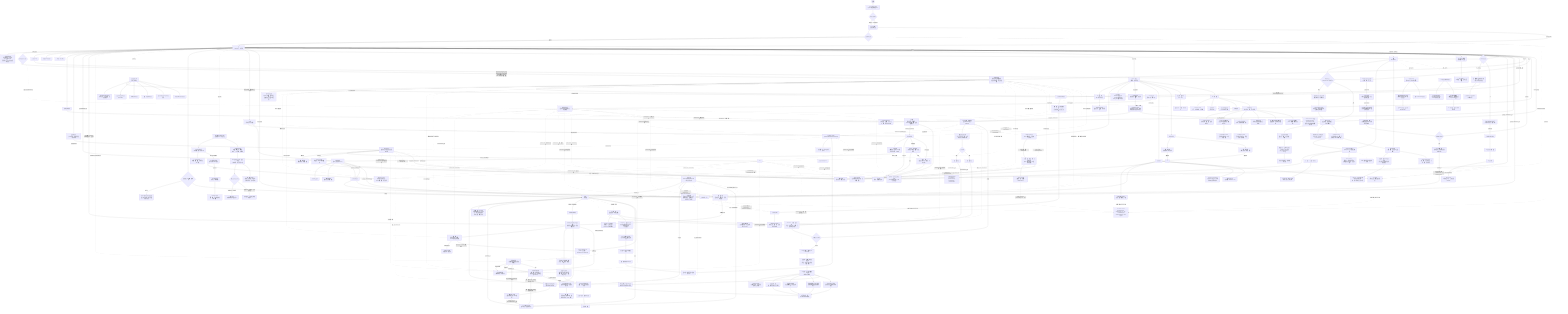
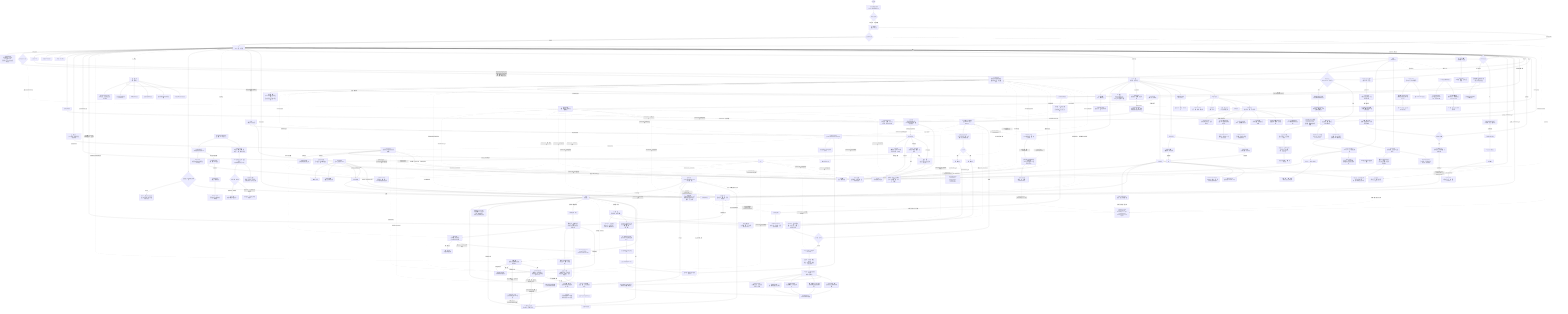
flowchart TD
    %% Visual source of truth: docs/design/WeatherON_UI_Design_Spec.md
    %% If this flowchart conflicts with mockups or the integrated design spec, follow the mockup/spec.
    A([앱 실행]) --> LANG["기기 언어 자동 적용<br/>ko/ja/en 지원 · 미지원 시 en"]
    LANG --> B{최초 실행 여부}
    B -->|최초 실행| SPLASH["A1 스플래시<br/>브랜드 1회 노출"]
    SPLASH --> TOKEN{유효 계정 토큰?}
    TOKEN -->|없음| D["홈<br/>(Guest 모드 · 하단 탭)"]
    TOKEN -->|있음| D
    TOKEN -.->|계정·권한·구독 복원| SESSION["SESSION STATE<br/>accountLinked · permissionReady · locationReady · premiumActive"]
    TOKEN -.->|설정 복원| SETTINGS["SETTINGS STATE<br/>styleProfileSaved · selectedStyles · fit · age · locationManaged<br/>smartCareEnabled · alert toggles"]
    SPLASH -->|프리뷰 홈 이동| D
    D --> NAV3["현재 런치 표면<br/>하단 탭 H1 홈 · C1 코디 · G1 출발 · M1 MY<br/>확장 라우트는 구현 보존 · 런치 숨김"]
    D --> AUTHGATE{계정 필요 기능 탭?}
    AUTHGATE -->|계정 연결·코디 저장·옷장 저장·장소 저장·알림 추가·여행 저장·프리미엄·Weather Note 작성·날씨 제보 저장| AUTH2["A2 계정 연결<br/>계정 환경 기반 자동추천<br/>국가 선택 미노출 · 다른 방법 보기"]
    AUTH2 --> AUTH2s["계정 연결 상태<br/>(Route State에 호출 액션 유지<br/>검증용 정보는 실제 UI 비노출)"]
    AUTH2 -->|로그인 수단 선택| AUTH3["A3 약관 동의<br/>(필수 3종 + 선택 1종)"]
    AUTH2 -->|나중에| D
    AUTH3 -->|동의하고 계속| AUTH3s["계정 설정 완료<br/>(필수 약관 완료 · 원래 기능 복귀 예정)"]
    AUTH3 -->|일반 계정 연결 완료| D
    AUTH3s -.->|accountLinked 유지| SESSION
    AUTH3s -.->|실제 구현 원래 액션 복귀| AUTHGATE
    AUTH3s -.->|pendingAction=프리미엄 진입| SUB
    AUTH3s -.->|returnTo=P1 · resumeSave| P1s
    D -->|선택 온보딩| C[온보딩 시작]
    C --> CSTART["O1 선택 온보딩 스플래시<br/>(온보딩 시작 / 홈으로)"]
    CSTART -->|온보딩 시작| C0["온보딩 소개<br/>(4대 기능 한눈 비교 + 기능별 상세 안내)"]
    CSTART -->|홈으로| D
    C0 -->|알림 기준 보기| C4
    C2["O3 권한 복구<br/>(설정 진입 시 필요한 권한만 재요청)"]
    C2 -->|허용 또는 나중에 설정| C2s
    C2 -->|위치 거부| C1d["위치 거부 상태<br/>검색 위치·앱 내 안내 유지"]
    C2 -->|알림 거부| C2d["알림 거부 상태<br/>푸시 제한 · M2/M3에서 재요청"]
    C2s -.->|locationReady · permissionReady 유지| SESSION
    C2s -.->|기능별 권한 복구 완료| AUTH3s
    C3["스타일 태그·코디 핏·추천 연령대 선택<br/>(MVP 온보딩 제외 · MY 설정 진입 전용)"]
    C3 --> C3s["추천 기준 상태<br/>(태그 수 · 핏 · 연령대 · READY/WAIT)"]
    C3s -.->|styleProfileSaved · selectedStyles · fit · age| SETTINGS
    C4["O5 스마트 알림 기준 설정<br/>(주 사용 상황 1개 선택 + 자동 적용 요약)"]
    C4 --> C4s["알아서 챙기기 상태<br/>(상황 · 필수 날씨 ON · 목적지 확장 예정)"]
    C4s --> C5{목적지 등록 선택}
    C5 -->|건너뛰기| D
    C5 -->|등록| C6["O6 목적지 등록<br/>(선택 설정 + 목적지 알림 기준 세분화)"]
    C6 -->|목적지 등록| I
    B -->|기존 사용자| SPLASH

    D --> D1[현재 날씨 정보 표시]
    D --> D2["시간별 / 주간 예보"]
    D --> D3[위치 검색 · 변경]
    D3 --> D3s["LOCATION STATE<br/>선택 위치 · 검색어 · Guest 임시 검색 · 계정 저장 상태"]
    D3s -.->|새 위치 저장| AUTH2
    AUTH3s -.->|returnTo=H2 · 위치 저장 완료| D3s
    D3s --> D
    D --> D0s["홈 상태 요약<br/>(Guest 열람 · 위치 정상 · 알림 설정 전)"]
    D0s -->|알림 설정 전 탭| C2
    D -->|홈 코디 추천 카드 탭| E1
    D -->|홈 목적지 quick-action<br/>목적지 있음 G2 · 없음 P1| P1
    D -.->|목적지 허브 확장 · 런치 숨김| P3
    D -.->|벨 아이콘| K["알림 사이드바<br/>(우측 슬라이드)"]
    K --> Ks["NOTIFICATION STATE<br/>선택 알림 · 읽음/미읽음 · 딥링크 대상"]
    K -->|우산 추천 알림 탭| F

    D --> D4{강수 확률 높음?}
    D4 -->|예 + 미확인| D5["홈 화면에 우산 추천 카드 표시<br/>(실시간 의사결정 카드)"]
    D5 --> D5a["우산 추천 푸시/알림 이력<br/>(H3에 보관)"]
    D5 -->|카드 탭 · umbrellaSignalReviewed| F[우산 추천 상세 화면]
    F --> F1["추천 이유 · 시간대별 강수확률<br/>(강수량 · 지속시간 · 풍속 기준)"]
    F1 --> F2[우산 종류 비교]
    F2 --> Fs["UMBRELLA STATE<br/>추천 우산 · 강수 시간 · 알림 설정 전/준비"]
    F2 -.->|알림 설정 바로가기<br/>returnTo=H4 · alertFocus=umbrella| M2b
    M2b -.->|뒤로 · 알림 준비 반영| F2
    F -.->|열람 후 홈 복귀| D5b["홈 우산 카드는 숨김<br/>H3 알림 이력은 유지"]
    D5b --> D
    D4 -->|아니오| D

    D4 -->|예| D4a["강수 임박 필수 알림 발송<br/>(시작 시각 · 강도 · 그칠 시각)"]
    D4a -->|푸시알림 탭| D4b[강수 타임라인 화면]
    D4b --> D4c["30분 단위 강수량 차트"]
    D4c --> D4d[외출 가이드]
    D4d --> D4s["RAIN STATE<br/>시작/종료 시각 · 그침 알림 ON/OFF"]
    D4d -.->|알림 설정 바로가기<br/>returnTo=H5 · alertFocus=rain| M2c
    M2c -.->|뒤로 · 그침 알림 준비 반영| D4d

    D --> D6{알림 발송 시 목적지 등록 여부}
    D6 -->|미등록| D6a["Mode A: 생활 루틴 통합 알림<br/>(출근/외출 준비 + 자기 전 체크 자동 발송)"]
    D6 -->|등록함| I

    K --> K1["오늘의 외출 준비 알림<br/>(Mode A/B)"]
    K --> K2[비 예보 사전 알림]
    K --> K3["출발 · 신발 추천 알림"]
    K --> K4["자기 전 내일 날씨·코디 확인 알림"]
    K --> K5["폭염·한파·강풍 특보 알림"]

    D -.->|제보 버튼| CWR["커뮤니티 날씨 제보 CWR<br/>(홈 화면 · v2.0 · 독립 기능)"]
    CWR --> W1["W1 날씨 제보 홈<br/>(주변 제보 카드 · 보조 CTA)"]
    W1 --> W1s["CWR STATE<br/>미확정 주변 제보 · 상세 확인 · W2 진입"]
    W1 -->|지금 날씨 제보하기| W2["W2 탭 제보 화면<br/>(날씨 선택 · GPS 자동)"]
    W2 --> W2s["REPORT STATE<br/>선택 대기 · 위치 권한 · Guest/계정 제보 · 완료 처리"]
    W2s -.->|위치 권한 필요 · pendingAction=날씨 제보 저장| C2
    W2s -.->|배지/이력 저장| AUTH2
    C2s -.->|returnTo=W2 · GPS 제보 준비| W2s
    AUTH3s -.->|returnTo=W2 · 배지/이력 반영| W2s
    W2 -->|제보하기| W3["W3 제보 완료<br/>(신뢰도 · 배지 갱신)"]
    W3 --> W3s["BADGE STATE<br/>확정 제보 · 홈 오버레이 · 기여 레벨"]
    M --> W4["W4 제보 이력<br/>(MY · 반영 리포트)"]
    W4 --> W4s["HISTORY STATE<br/>제보 기록 · 확정률 · 지역 랭킹"]
    CWR --> CWR1["현재 날씨 선택<br/>☀ 맑음 · ⛅ 흐림 · 🌧 비 · 🌨 눈 · 💨 강풍 · 🌩 천둥번개"]
    CWR1 --> CWR2["GPS 위치 자동 감지 → 제보 완료<br/>(3초 이내 · 자동 만료 60분)"]
    CWR2 --> CWR3{신뢰도 검증 알고리즘}
    CWR3 -->|반경 500m · 3건 미만| CWR4["소프트 표시<br/>'주변 N명이 날씨 제보 중 👀'"]
    CWR3 -->|반경 500m · 3건 이상 + 기상청 정합| CWR5["확정 제보 → 홈 화면 오버레이 표시"]
    CWR2 --> CWR6["기여 배지 업데이트<br/>(새싹 → 관측자 → 리포터 → 동네 관측왕 → 날씨 도우미)"]

    D -->|하단 코디 탭 · 비공개 테스트 포함| E["코디<br/>(정식 출시 후보 포함)"]
    E -->|내 옷장 관리 탭| E0[내 옷장 관리]
    E0 --> E0s["옷장 상태<br/>(아이템 수 · 필터 · Guest/계정 저장 상태 · 옷 추가)"]
    E0s -->|추천으로 복귀| E1
    E0 -->|+ 옷 등록| E0a["옷 등록<br/>(사진 · 카테고리 필수)"]
    E0 -.->|Guest 옷 추가·수정| AUTH2
    E0a --> E0a1["등록 상태<br/>(사진 선택 · 카테고리 · Guest/계정 저장 상태 · 저장 가능/대기)"]
    E0a1 -.->|Guest 옷 저장| AUTH2
    AUTH3s -.->|returnTo=C3 · 옷 저장 완료| E0a1
    E0a1 -->|저장 완료 후 옷장 복귀| E0
    E0 -->|아이템 탭| E0b["옷 목록 · 수정 · 삭제<br/>(수정은 C3 패턴 · 삭제 후 재계산)"]
    E0b -->|수정| E0a
    E0b -->|삭제| E0c
    E0 -->|등록 옷 없음| E0c["옷장 빈 상태<br/>(첫 옷 등록 CTA + 기본 룰 추천 안내)"]
    E0c --> E0a
    E --> E1["AI 코디 추천<br/>(날씨 근거형 Style Card)"]
    E1 --> E1s["추천 기준 상태<br/>(옷장 매칭 · 스타일 기준 · 저장 계정 필요)"]
    E1s -->|기준 수정 · returnTo=C1| C3
    C3 -.->|returnTo=C1 · styleProfileSaved| E1s
    E1s -.->|저장 계정 필요| AUTH2
    AUTH3s -.->|returnTo=C1 · 코디 저장 완료| E1s
    E1 --> E1a[추천 이유 설명]
    E1 --> E1b["대화형 재추천<br/>(채팅으로 스타일 요청)"]
    E1 -->|셔플 · outfitVariant 토글| E1s
    E1s -->|홈 복귀 · outfitVariant 유지| D
    E1 -->|코디 카드·상세 보기 탭| E2[코디 상세 보기]
    E2 -->|뒤로| E1
    E2 --> E2s["상세 상태<br/>(실제 의류 Outfit Hero · 시간대 착용 판단 · 재추천 반영 · 저장 전 · 공유 준비)"]
    E2s -->|C1 복귀 · outfitVariant 전달| E1
    E2s -->|홈 복귀 · outfitVariant 유지| D
    E2s -.->|저장 계정 필요| AUTH2
    E2 --> E3[코디 저장 / 공유]
    E3 -.->|계정 미연결 시 저장 탭| AUTH2
    AUTH3s -.->|returnTo=C4 · 코디 저장 완료| E2s

    D -->|하단 출발 탭| I["출발<br/>(하단 탭)"]
    I --> I0["오늘 알아서 챙기는 중<br/>(저장 목적지 요약 + 출발/신발/우산)"]
    I --> I0e["목적지 없음 empty state<br/>목적지 추가 CTA + 출발 시간 · 비 그침 이점 카드<br/>장식은 낮은 대비로 보조"]
    I0 --> I0s["출발 상태<br/>(목적지 수 · 케어 ON 수 · 케어 적용 범위 · G2/P1 연결)"]
    I -->|목적지 카드 탭| G2["G2 목적지 알림 상세<br/>(날씨 비교 + 출발시간 역산)"]
    G2 -->|뒤로| I
    G2 --> G2s["케어 상태<br/>(GUEST/PERM/READY/ON + 다음 알림 요약)"]
    G2s -->|G1 목록으로| I
    G2s -->|알림 설정<br/>returnTo=G2 · alertFocus=destination| M2b
    G2s -.->|Guest 케어 ON · returnTo=G2| AUTH2
    G2s -.->|알림 권한 확인 · returnTo=G2| C2
    AUTH3s -.->|returnTo=G2 · destination 유지| G2s
    C2s -.->|returnTo=G2 · resumeCare| G2s
    M2b -.->|뒤로 · 목적지 컨텍스트 유지| G2s
    G2s -->|ON 저장| I4
    G2s -.->|공유 케어 상태 반영| I0
    I -->|검색창·+ 목적지 추가| I1[목적지 검색 · 추가]
    I1 --> P1["목적지 입력 · 카테고리 자동 인식<br/>(회사/학교/공항/숙소 + 장소 카테고리)"]
    P1 --> P1s["추가 상태<br/>(검색 결과 수 · 선택됨 · Guest/계정 저장 상태)"]
    P1s -->|검색 결과 없음| P1e["검색 없음 상태<br/>(전체 보기 · 재검색)"]
    P1s -.->|Guest 영구 저장| AUTH2
    P1s -->|계정 연결 후 목적지 알림에 추가| P1save["Saved Destination List<br/>(G1/P3 공통 목록 + Destination Care State ON)"]
    P1save --> I
    P1save -.-> P3
    P1 --> I2["출발지 vs 목적지 날씨 비교<br/>(기온 · 날씨 · 바람 · 강수 차이)"]
    I2 --> I3["출발시간 역산<br/>(이동수단 선택 + 도착 희망 직접 입력 − 소요시간 − 자동 여유시간)"]
    I3 --> I4["Mode B: 목적지 알림<br/>(출발 · 신발 · 우산 알림 자동 조정)"]
    I4 --> I5["출발 10분 전 신발 추천 알림"]
    I5 --> I6[출발 시각 알림]
    P1 --> P2["카테고리 전용 준비 가이드<br/>(등록 목적지 기반 확장)"]
    P2 --> P2s["준비 가이드 상태<br/>(등록 목적지 기준 · G2/P3 연결)"]
    P2s -->|목적지 알림 보기 · selectedDestination 유지| G2
    P2s -->|다른 목적지 보기 · 필터 목록 복귀| P3
    I -.->|런치 숨김 · 확장 허브| P3["목적지 필터<br/>(카테고리별 목적지 알림/준비 가이드)"]
    P3 -->|필터 결과 없음| P3e["빈 카테고리 상태<br/>(목적지 추가 · 전체 보기)"]
    P3e -->|목적지 추가| P1
    P3e -->|전체 보기| P3
    P3 -->|목적지 카드 탭| P3a["목적지 상세 상태<br/>(날씨 비교 + 준비 가이드 + 계정/권한 gate + 목적지 알림 ON/OFF)"]
    P3a -->|선택 목적지·상태 유지해 준비 가이드 보기| P2
    P3a -->|선택 목적지·상태 유지해 출발 케어 상세| G2
    P3a -.->|Guest 케어 저장| AUTH2
    P3a -.->|알림 권한 확인| C2
    AUTH3s -.->|returnTo=P3 · 선택 목적지 유지| P3a
    C2s -.->|returnTo=P3 · 권한 상태 반영| P3a
    P3a -->|뒤로| P3
    P3a -->|ON 저장| I4
    P3a -.->|공유 케어 상태 반영| I0

    I -.->|런치 숨김 · 확장| I7["G3 여행 일정<br/>(출발 탭 내 · 여행 플래너)"]
    I7 --> I7s["여행 플래너 상태<br/>(프리미엄 활성 · 공유 준비 · 미구독 시 G6)"]
    I7s -.->|미구독 CTA · returnTo=G3| SUB
    SUB -.->|returnTo=G3 · 공유/일정 액션 계속| I7s
    I7 --> I7s1["Scenario 1 · 일상 이동<br/>대중교통 + 도보 혼합 → Mode A/B 알아서 챙기기"]
    I7 --> I7s2["Scenario 2 · 당일·단기 도보<br/>코스 날씨 타임라인 + WCI + 최적 출발 시점<br/>(무료 제공)"]
    I7 --> I7s3["Scenario 3 · 장거리 국토종주<br/>서울→부산, 도쿄→오사카 등<br/>(프리미엄 전용)"]

    I7s2 --> G4C["G4 도보여행 코스 선택<br/>(한국 코스 DB : 올레길·둘레길 등)"]
    G4C --> G4T["구간별 시간대 날씨 타임라인 (F2)"]
    G4T --> G4W["도보 컨디션 지수 WCI (F3)"]
    G4W --> G4O["날씨 창 + 최적 출발 시점 추천 (F4)"]
    G4O --> G4S["COURSE STATE<br/>(GUEST/PERM/READY/LIMIT/ON)"]
    G4S -.->|Guest 코스 저장| AUTH2
    G4S -.->|알림 권한 확인| C2
    G4S -.->|무료 2개 초과| SUB
    AUTH3s -.->|returnTo=G4 · 선택 코스 유지| G4S
    C2s -.->|returnTo=G4 · 권한 상태 반영| G4S
    SUB -.->|returnTo=G4 · 프리미엄 활성| G4S
    G4S --> G4M["코스 저장 + D-7 날씨 모니터링 (F5)"]
    G4M -.-> G4R["위험 기상 경보 (F6)"]

    I7s3 --> AI_GATE{프리미엄 구독 여부}
    AI_GATE -->|미구독| SUB["G6 프리미엄 구독 페이월<br/>월간 ₩2,900 / 연간 ₩19,900"]
    SUB --> SUB1["깊이 분리 모델 안내<br/>(기능 동일 · 무료=기본 · 프리미엄=한도 확대+개인화)"]
    SUB1 --> SUB2{구독 선택}
    SUB2 -->|월간| SUB3[월간 결제 완료]
    SUB2 -->|연간| SUB4[연간 결제 완료]
    SUB3 -.->|premiumActive 유지| SESSION
    SUB4 -.->|premiumActive 유지| SESSION
    SUB3 --> I7s3
    SUB4 --> I7s3

    AI_GATE -->|구독 중| AI1["G5 국토종주 AI 플래너 (F8 · Premium)"]
    AI1 --> AI2["출발지 → 목적지 + 여행 일수 입력<br/>(서울→부산, 도쿄→오사카 등 자유 설정)"]
    AI2 --> AI3["AI 모델 — 구간별·일자별 날씨 분석<br/>(최대 14일 예보)"]
    AI3 --> AI3s["AI PLAN STATE<br/>(프리미엄 활성 · 알림 권한 · 저장/공유 상태)"]
    AI3 --> AI4["날짜별 날씨 요약<br/>기온·강수확률·체감온도·바람"]
    AI3 --> AI5["일자별 코디 추천<br/>기온 레이어링 + 우산 필요 여부"]
    AI3 --> AI6["전체 짐 체크리스트 자동 생성<br/>방수 장비·옷 조합·보조 배터리 등"]
    AI3 --> AI7["날씨 악화 구간 경보<br/>일정 조정 또는 대피 숙박지 제안"]
    AI3 --> AI8["예보 업데이트 시 재분석 알림<br/>(여정 중 기상 변화 즉시 반영)"]
    AI8 -.->|권한 전 · returnTo=G5| C2
    C2s -.->|returnTo=G5 · AI 플랜 알림/저장 계속| AI1
    AI4 & AI5 & AI6 & AI7 & AI8 --> AI9["AI 플랜 저장 · 공유<br/>(SAVED/SHARED 상태)"]

    D -->|하단 MY 탭| M["M1 MY 메인<br/>(하단 탭 · 설정 허브)"]
    D -.->|소셜 확장 · 런치 숨김| S["소셜<br/>(ON Square)"]
    M --> M0["PROFILE STATE<br/>Guest/계정 연결 · 플랜 · 최근 선택"]
    M --> MTONE["MY 상태 톤<br/>blocking=확인 · non-blocking=설정/정보<br/>Gold는 ON/활성/CTA 중심"]
    M0 -.->|Guest 계정 필요 액션| AUTH2
    M0 -->|스타일 태그 설정 · returnTo=M1| C3
    C3 -.->|returnTo=M1 · styleProfileSaved| M0
    M -->|프로필 편집| A4m["A4 계정 관리<br/>(연결 계정 · 데이터 · 위험 액션)"]
    A4m --> A4s["ACCOUNT STATE<br/>연결 계정 · 구독 활성 · 데이터 내보내기 · 위험 액션 확인"]
    A4s -->|구독 관리 · returnTo=A4| SUB
    A4s -->|로그아웃/탈퇴 확정| SIGNOUT["SESSION STATE 해제<br/>accountLinked=false · premiumActive=false<br/>계정 기반 저장/케어 데이터 초기화"]
    SIGNOUT -->|Guest 홈 복귀| D
    M --> M2[알림 설정]
    M2 --> M2a["스마트 알림 ON/OFF<br/>(권한 · 발송 상태 태그 2개)"]
-     M2 --> M2q["빠른 액션<br/>(권한 관리 · 테스트 알림)"]
+     M2 --> M2q["알림 상태<br/>(권한 · 예약 상태)"]
    M2 --> M2b["알림 종류 3행<br/>(필수 날씨 · 생활 루틴 · 목적지 출발)"]
    M2 --> M2c["고급 설정<br/>(세부 토글 · 피로도 제한 접힘)"]
    M2a & M2b & M2c -.->|스마트 알림/고급 토글 유지| SETTINGS
    M2 --> M2x["SHORTCUT CONTEXT<br/>(H4/H5/G2 진입 시 우산·비·목적지 알림 맥락 표시)"]
    M2q -->|권한 관리 · returnTo=M2| C2
    C2s -.->|returnTo=M2 · 알림 설정 복귀| M2q
    M2b -->|목적지 미등록| P1
    M2b -.->|목적지 저장/발송은 계정 필요| AUTH2
    AUTH3s -.->|returnTo=M2 · 알림 설정 복귀| M2b
    M --> M4["앱 권한 관리"]
    M4 --> M4a["위치 권한 상태<br/>(현재 위치 · 수동 위치)"]
-     M4 --> M4b["알림 권한 상태<br/>(스마트 알림 · 테스트 알림)"]
+     M4 --> M4b["알림 권한 상태<br/>(스마트 알림 · 권한 복구)"]
    M4a -->|위치 변경| H2
    M4b -->|알림 설정| M2
    SUB -.->|returnTo=M1/A4 · premiumActive| M0
    M2 --> M2e["제보 알림 구독<br/>(저장 장소 · Premium · v2.0)"]
    M --> M5["커뮤니티 제보 이력<br/>(F6 · v2.1)"]
    M5 --> M5a["제보 기록 · 확정률 · 지역 랭킹"]
    M --> Z["M3 표시 설정"]
    Z --> Zs["DISPLAY STATE<br/>온도 · 거리 · 테마 · 투명 효과"]
    Z --> Z1["단위 설정<br/>(섭씨, m/km)"]
    Z --> Z3[테마 설정]
    Z --> R1["R1 정책 허브<br/>(개인정보 · 약관 · 광고 설정)"]
    R1 --> R1s["POLICY STATE<br/>선택 정책 · 문서 허브 · 설정 재진입"]
    R1 --> R2["R2 개인정보처리방침<br/>(광고 SDK · 위치정보 · 이용자 권리)"]
    R2 --> R2s["DOCUMENT STATE<br/>문서 타입 · 섹션 수 · A3 약관 동일 본문"]
    R1 --> R3["R3 광고 동의 관리<br/>(UMP · 맞춤/비개인화 광고)"]
    R3 --> R3s["CONSENT STATE<br/>동의 대기 · 맞춤 광고 · 비개인화 · 옵션 확인"]
    R1 --> R5["R5 이용약관<br/>(서비스 범위 · 회원/게스트 · 면책)"]
    R1 --> R6["R6 위치기반서비스 이용약관<br/>(현재 위치 · 목적지 · 동의 철회)"]
    R1 --> R7["R7 오픈소스 라이선스<br/>(SDK · 패키지 라이선스 고지)"]
    D --> R4["R4 홈 광고 배치<br/>(네이티브 AD 슬롯)"]
    R4 --> R4s["AD STATE<br/>AD 라벨 · 구분선 · 클릭/노출 상태"]

    %% ── 소셜 확장 · ON Square (런치 숨김) ─────────────────────────────────────
    S --> S0{최초 진입?<br/>ON Square Lite · 런칭 동시}
    S0 -->|최초| S0a["대표 마스코트 자동 부여<br/>원소 컴패니언 6종 미리보기"]
    S0a --> S0s["ON SQUARE STATE<br/>최초 진입 · 대표 부여 · 선택 컴패니언 미리보기"]
    S0s --> S1
    S0 -->|기존| S1["내 ON Square<br/>(오늘 미션 · 대표 마스코트 · 동행 컴패니언)"]
    S1 --> S1q["오늘의 날씨 미션<br/>체크인 · 제보 · 공감 중 1개 추천"]
    S1 --> S1m["대표 마스코트 상태 합성<br/>Base Idle + Weather + Event One-shot"]
    S1q --> S1a["1탭 체크인 → 컴패니언 반응 · XP/포인트 즉시 반영<br/>(폭우 → Rain / 35°C↑ → Solar 등)"]
    S1 --> S1s["SQUARE STATE<br/>오늘 미션 · 체크인 · 동네 도움 지표 · Note/리액션 진입"]
    S1a --> S1b["희귀 기상 이벤트 → 레어 배지 드랍"]

    S --> S2["Weather Note 지도<br/>(ON Square 도시 맵 위 실황 핀)"]
    S1s --> S2
    S2 --> S2a["핀 작성 — 날씨 + 로컬 메모 입력<br/>(GPS 위치 자동 태그 · 24시간 후 만료)"]
    S2a -.->|Guest 작성 탭| AUTH2
    S2a -.->|위치 권한 필요| C2
    AUTH3s -.->|returnTo=S2 · 작성 준비 완료| S2a
    C2s -.->|returnTo=S2 · 위치 제보 준비| S2a
    S2 --> S2b["핀 읽기 → '도움됨' 1탭 반응"]
    S2 --> S2s["NOTE STATE<br/>읽기 가능 · 작성 계정 필요 · 위치 제보 권한 필요 · 도움 지수"]
    S2b --> S2c["도움됨 누적 → 지역 도움 지수 상승 · 포인트 피드백"]
    S2 -.-> S2d["CWR(커뮤니티 날씨 제보)와 연계"]

    S --> S3["날씨 리액션<br/>(익명 연대 · 동일 날씨 유저 대상)"]
    S1s --> S3
    S3 --> S3a["현재 날씨 기반 리액션 자동 생성<br/>(폭우 '다들 고생중' / 폭염 '더위 연대' 등)"]
    S3a --> S3b["1탭 공감 → 익명 집계 + 컴패니언 보상 피드백<br/>'이 도시 N명이 같은 날씨 중'"]
    S3 --> S3s["REACTION STATE<br/>도시 선택 · 공감 전/완료 · 익명 동행 · 보상 반영"]

    S -.->|출시 후 v1.1| S4["Weather Mail<br/>(날씨 조건 트리거 타임캡슐)"]
    S4 --> S4a["메일 작성 + 수신 조건 설정<br/>(예: '다음 폭설 날 도착' / '1년 후 오늘')"]
    S4a --> S4b["날씨 API 트리거 → 조건 충족 시 자동 발송"]
    S4 --> S4c["받은 Weather Mail 보관함"]

    S -.->|출시 후 v1.1| S5["CP 적립 현황 / 아이템샵"]
    S5 --> S5a["CP 잔액 · 적립 내역<br/>(날씨 체크인 · Weather Note · 리액션 기여)"]
    S5 --> S5b["코스메틱 아이템샵<br/>(캐릭터 스킨 · 배지 · 이모트 · Pay-to-Win 없음)"]
    S5b --> S5c["CP 사용 또는 무료 획득 아이템 선택"]
